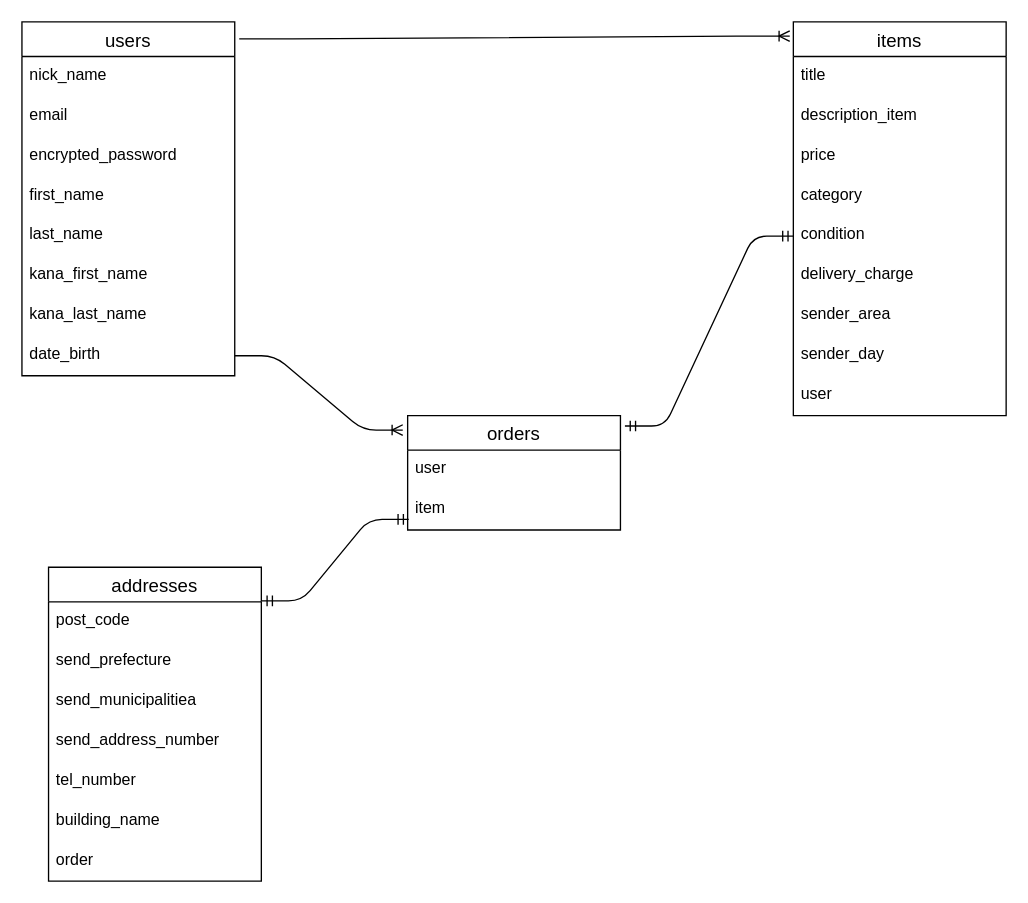
Before: page "ページ1" (1 of 2) of er.dio in fuhewat/furima-39379, a draw.io diagram. Source tidied: cells renumbered, new cells numbered last; positions are measured from the earlier drawing's top-left corner, leaving out a move shared by most shapes. Both pictures are drawn from the tidied source at 133%, with x=0, y=0 at pixel (21, 21).
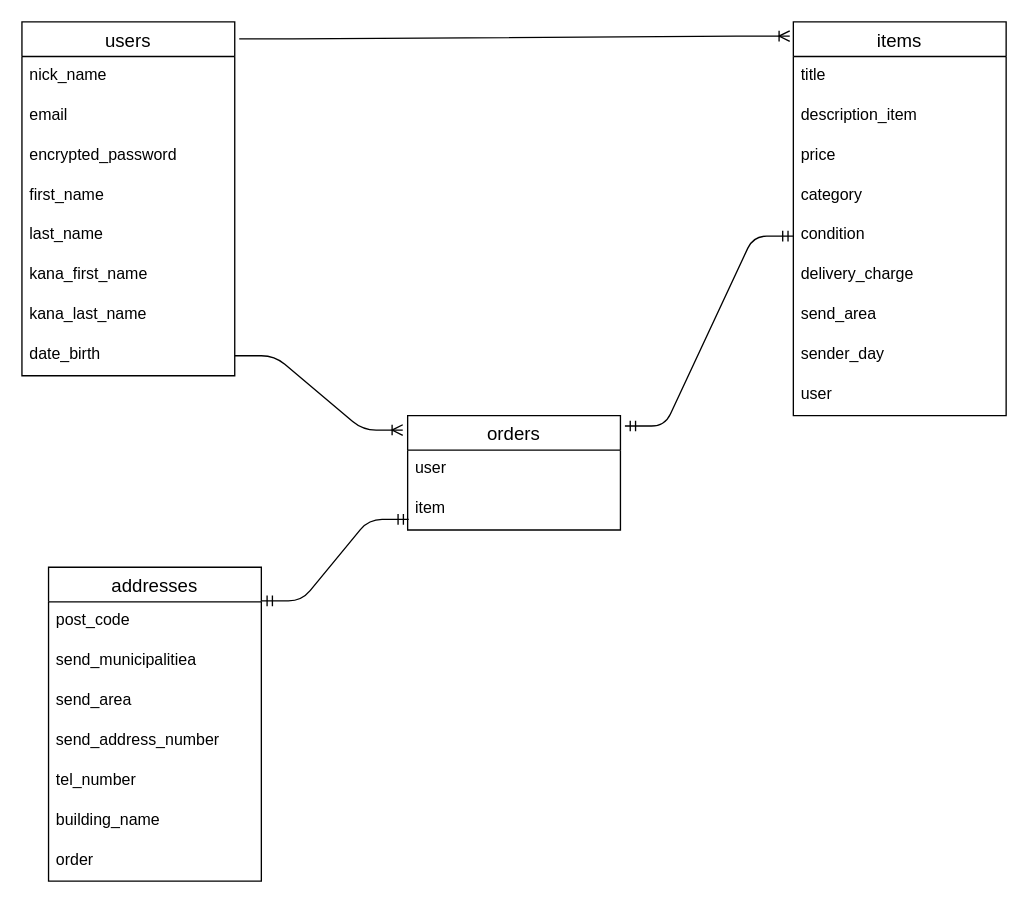
The same page after the edit.

Commit message (it also covers changes not shown here):
都道府県のカラムを商品と同名に変更

Unchanged cells that the change refers to:
```xml
<mxCell id="11" value="addresses" style="swimlane;fontStyle=0;horizontal=1;startSize=26;align=center;fontSize=14;" parent="1" vertex="1">
  <mxGeometry x="20" y="410" width="160" height="236" as="geometry" />
</mxCell>
<mxCell id="19" value="items" style="swimlane;fontStyle=0;horizontal=1;startSize=26;align=center;fontSize=14;" parent="1" vertex="1">
  <mxGeometry x="580" width="160" height="296" as="geometry" />
</mxCell>
```

Change to the diagram source:
```diff
@@
+    <mxCell id="14" value="send_municipalitiea" style="text;strokeColor=none;fillColor=none;spacingLeft=4;spacingRight=4;overflow=hidden;fontSize=12;" parent="11" vertex="1">
+      <mxGeometry y="56" width="160" height="30" as="geometry" />
+    </mxCell>
-    <mxCell id="13" value="send_prefecture" style="text;strokeColor=none;fillColor=none;spacingLeft=4;spacingRight=4;overflow=hidden;fontSize=12;" parent="11" vertex="1">
-      <mxGeometry y="56" width="160" height="30" as="geometry" />
+    <mxCell id="13" value="send_area" style="text;strokeColor=none;fillColor=none;spacingLeft=4;spacingRight=4;overflow=hidden;fontSize=12;" parent="11" vertex="1">
+      <mxGeometry y="86" width="160" height="30" as="geometry" />
     </mxCell>
-    <mxCell id="14" value="send_municipalitiea" style="text;strokeColor=none;fillColor=none;spacingLeft=4;spacingRight=4;overflow=hidden;fontSize=12;" parent="11" vertex="1">
-      <mxGeometry y="86" width="160" height="30" as="geometry" />
-    </mxCell>
@@
-    <mxCell id="26" value="sender_area" style="text;strokeColor=none;fillColor=none;spacingLeft=4;spacingRight=4;overflow=hidden;fontSize=12;" parent="19" vertex="1">
+    <mxCell id="26" value="send_area" style="text;strokeColor=none;fillColor=none;spacingLeft=4;spacingRight=4;overflow=hidden;fontSize=12;" parent="19" vertex="1">
       <mxGeometry y="206" width="160" height="30" as="geometry" />
     </mxCell>
```
